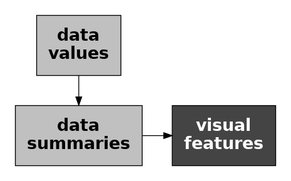
Earlier version of the Graphviz export Diagrams/stat-vis.png (pmur002/hdvw). Its source is kept beside it as Diagrams/stat-vis.dot. Its diagram source:
```dot
digraph {
  graph [ rankdir=LR; margin=.2; nodesep=.5 ];
  node [ fontsize=20; fontname="sans bold"; margin=.2 ];
  data [ label="data\nvalues"; shape=box; style=filled; fillcolor=gray ]
  stat [ label="data\nsummaries"; shape=box; style=filled; fillcolor=gray ]
  vis [ label="visual\nfeatures"; shape=box;
        style=filled; fillcolor="#444444"; fontcolor=white ]
  data -> stat
  stat -> vis
{ rank=same; data, stat }
}
```
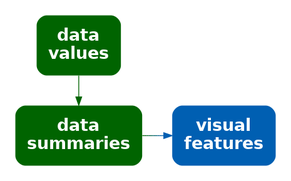
The same file after the commit.

Diff of the diagram source:
```diff
@@ -1,11 +1,11 @@
 digraph {
   graph [ rankdir=LR; margin=.2; nodesep=.5 ];
   node [ fontsize=20; fontname="sans bold"; margin=.2 ];
-  data [ label="data\nvalues"; shape=box; style=filled; fillcolor=gray ]
-  stat [ label="data\nsummaries"; shape=box; style=filled; fillcolor=gray ]
+  data [ label="data\nvalues"; shape=box; style="filled, rounded"; penwidth=0; fontcolor=white; fillcolor="#006400" ]
+  stat [ label="data\nsummaries"; shape=box; style="filled, rounded"; penwidth=0; fontcolor=white; fillcolor="#006400" ]
   vis [ label="visual\nfeatures"; shape=box;
-        style=filled; fillcolor="#444444"; fontcolor=white ]
-  data -> stat
-  stat -> vis
+     style="filled, rounded"; penwidth=0; fontcolor=white; fillcolor="#005FB2" ]
+  data -> stat [ color="#006400" ]
+  stat -> vis [ color="#006400;0.1:#006314;0.1:#006328;0.1:#00623B;0.1:#00624F;0.1:#006163;0.1:#006177;0.1:#00608A;0.1:#00609E;0.1:#005FB2;0.1" ]
 { rank=same; data, stat }
 }
```
